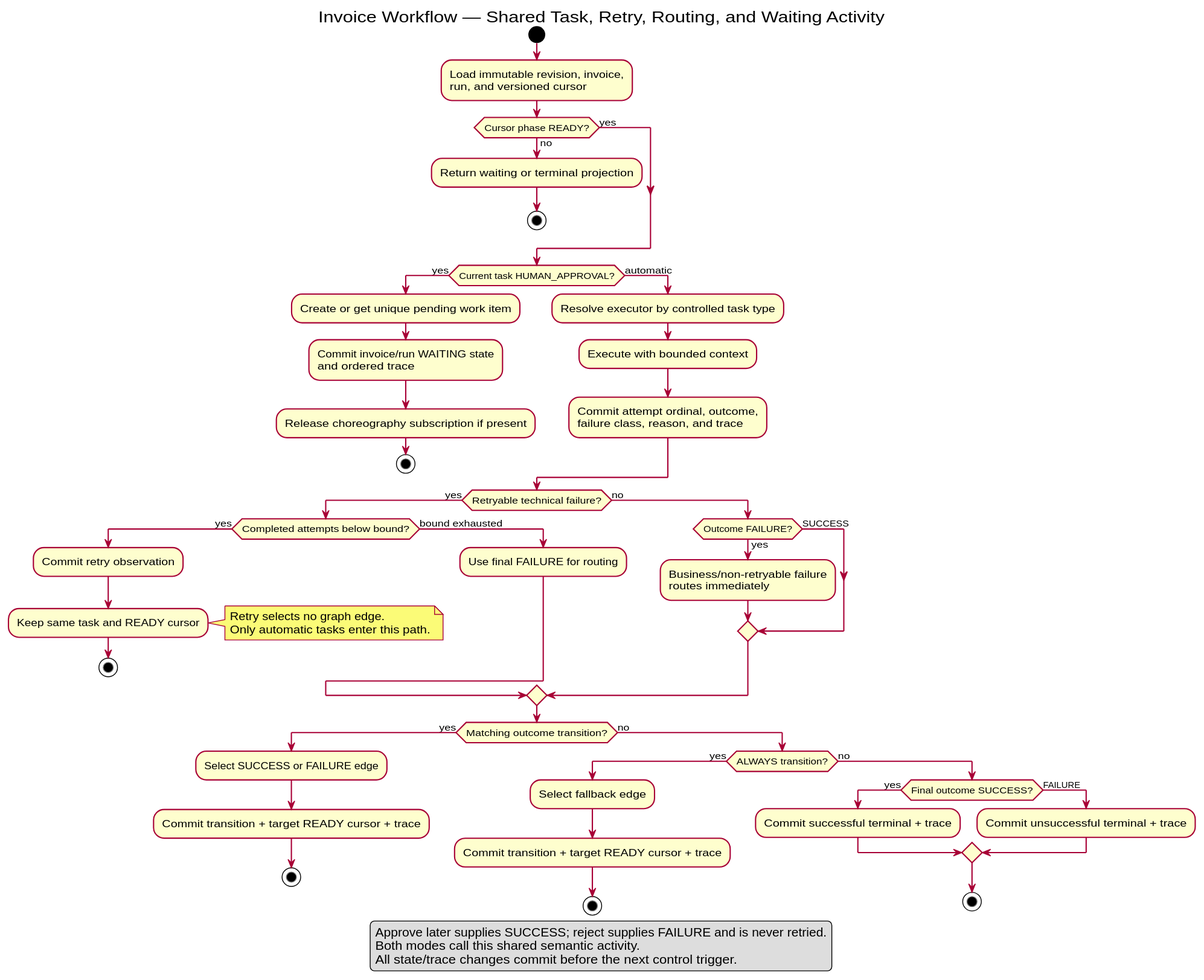
Before: docs/architecture/uml/rendered/routing-retry-activity.svg, a diagram exported from PlantUML (MAES1102/WMS).
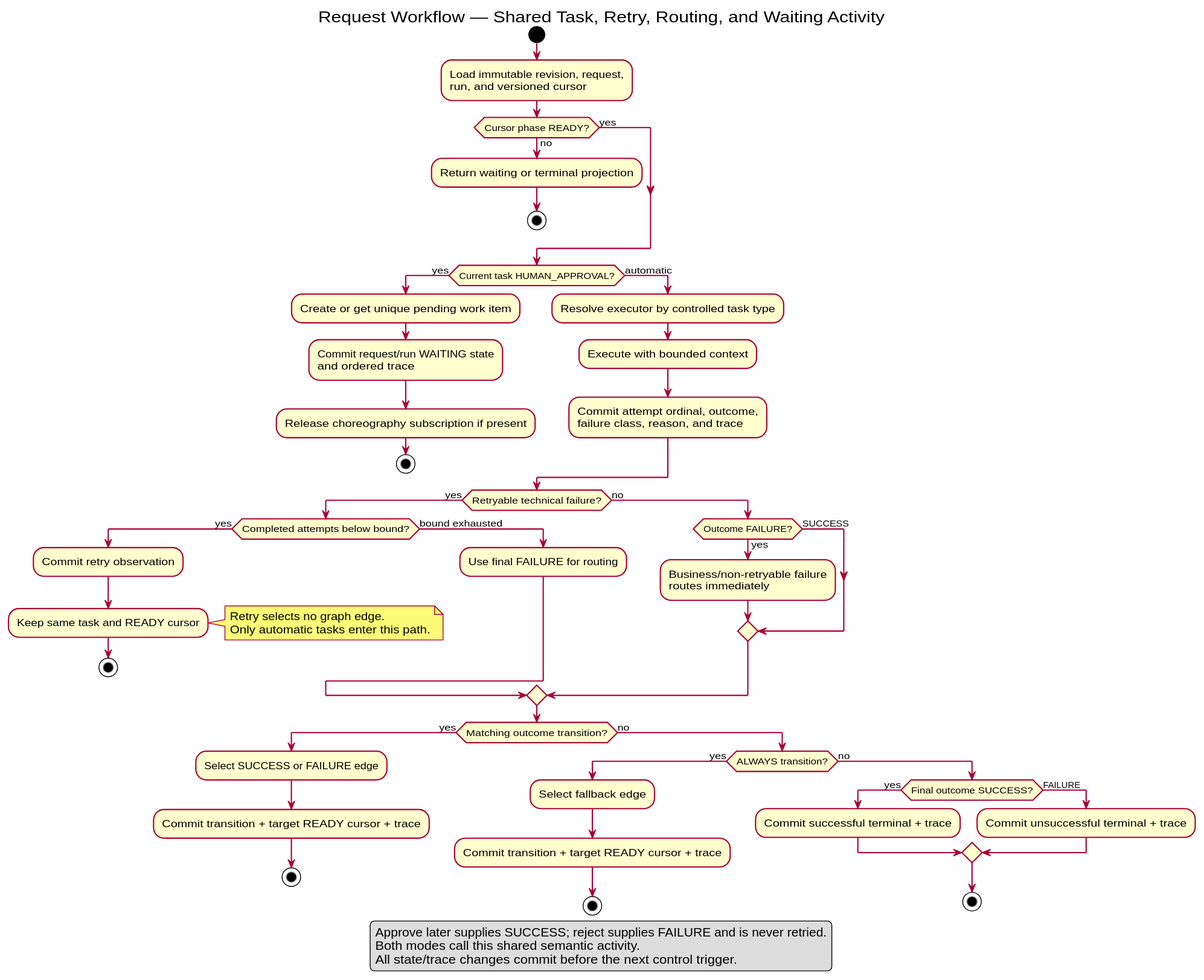
After the commit.

The edit, as a diff of the source:
```diff
@@ -1,9 +1,9 @@
 @startuml
-title Invoice Workflow — Shared Task, Retry, Routing, and Waiting Activity
+title Request Workflow — Shared Task, Retry, Routing, and Waiting Activity
 skinparam shadowing false
 
 start
-:Load immutable revision, invoice,
+:Load immutable revision, request,
 run, and versioned cursor;
 
 if (Cursor phase READY?) then (no)
@@ -14,7 +14,7 @@
 
 if (Current task HUMAN_APPROVAL?) then (yes)
   :Create or get unique pending work item;
-  :Commit invoice/run WAITING state
+  :Commit request/run WAITING state
   and ordered trace;
   :Release choreography subscription if present;
   stop
```
